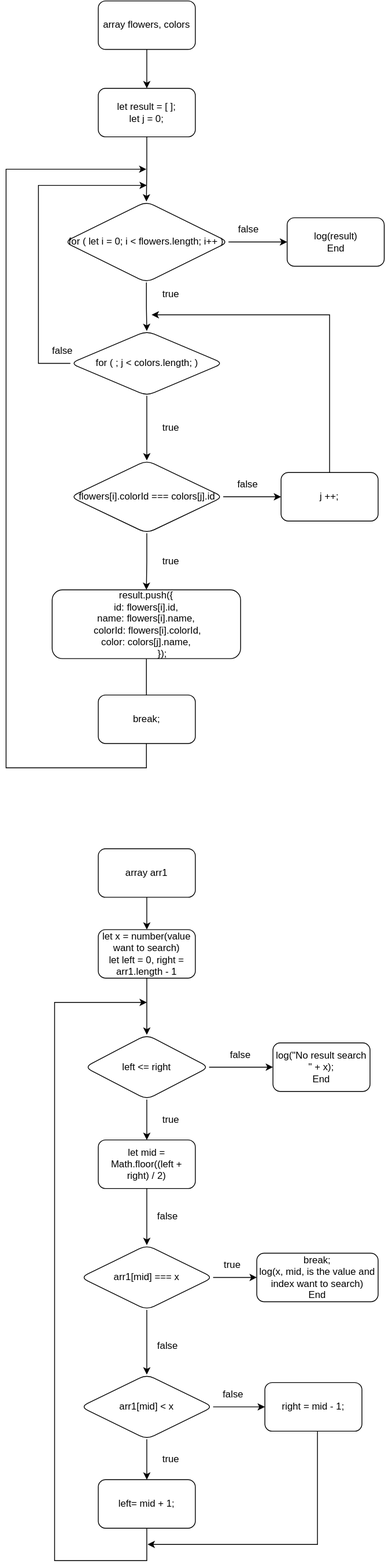
Earlier version of the draw.io export BTVN-15/btvn-15.svg (Quang-Trung-68/BTVN-F8K14). Source tidied: cells renumbered, new cells last; positions are measured from the earlier drawing's top-left corner, leaving out a move shared by most shapes.
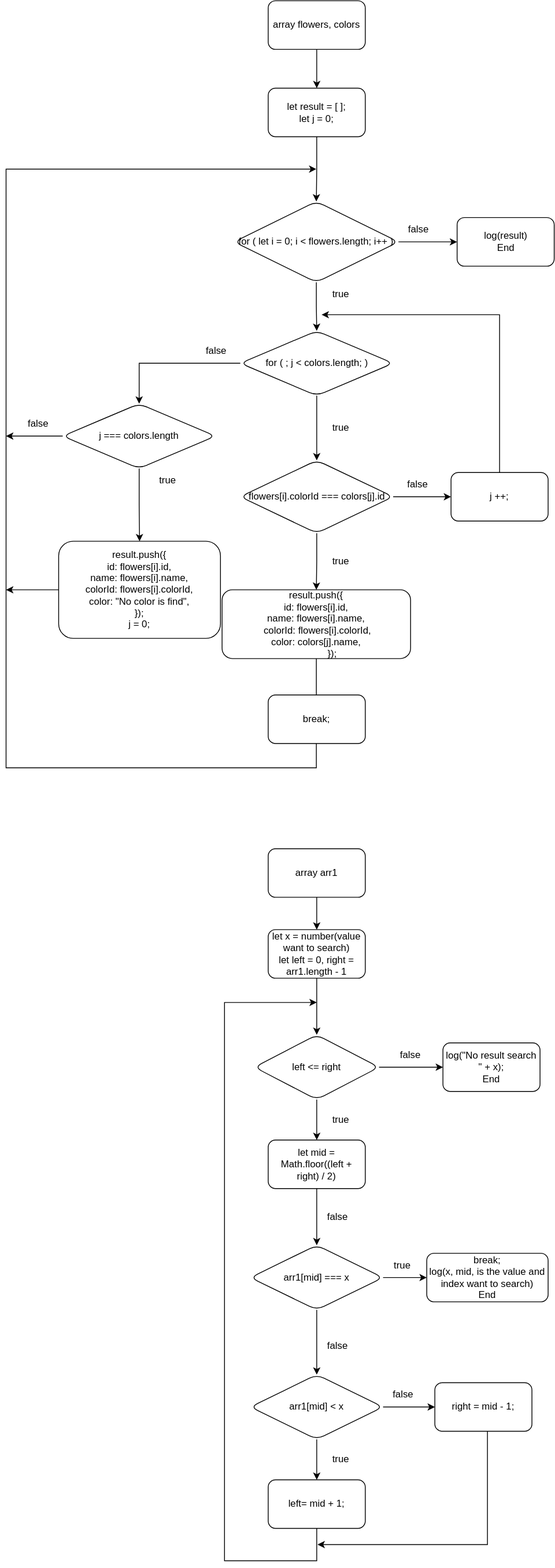
After the commit.

Change to the diagram source:
```diff
@@ -26,15 +26,9 @@
     <mxCell id="9" style="edgeStyle=orthogonalEdgeStyle;rounded=0;jettySize=auto;html=1;" parent="1" edge="1" source="11" target="15">
       <mxGeometry relative="1" as="geometry" />
     </mxCell>
-    <mxCell id="10" style="edgeStyle=orthogonalEdgeStyle;rounded=0;jettySize=auto;html=1;exitX=0;exitY=0.5;exitDx=0;exitDy=0;" parent="1" edge="1" source="11">
-      <mxGeometry relative="1" as="geometry">
-        <mxPoint x="174" y="228" as="targetPoint" />
-        <Array as="points">
-          <mxPoint x="40" y="448" />
-          <mxPoint x="40" y="228" />
-        </Array>
-      </mxGeometry>
-    </mxCell>
+    <mxCell id="55" style="edgeStyle=orthogonalEdgeStyle;rounded=0;jettySize=auto;html=1;" parent="1" edge="1" source="11" target="58">
+      <mxGeometry relative="1" as="geometry" />
+    </mxCell>
     <mxCell id="11" value="for ( ; j &amp;lt; colors.length; )" style="rhombus;whiteSpace=wrap;html=1;rounded=1;" parent="1" vertex="1">
       <mxGeometry x="79.5" y="408" width="189" height="80" as="geometry" />
     </mxCell>
@@ -63,8 +57,8 @@
         <mxPoint x="173.5" y="208" as="targetPoint" />
         <Array as="points">
           <mxPoint x="174" y="948" />
-          <mxPoint y="948" />
-          <mxPoint y="208" />
+          <mxPoint x="-210" y="948" />
+          <mxPoint x="-210" y="208" />
         </Array>
       </mxGeometry>
     </mxCell>
@@ -90,7 +84,7 @@
       <mxGeometry x="268.5" y="583" width="60" height="30" as="geometry" />
     </mxCell>
     <mxCell id="23" value="false" style="text;html=1;align=center;verticalAlign=middle;whiteSpace=wrap;rounded=0;" parent="1" vertex="1">
-      <mxGeometry x="40" y="418" width="60" height="30" as="geometry" />
+      <mxGeometry x="20" y="418" width="60" height="30" as="geometry" />
     </mxCell>
     <mxCell id="24" value="log(result)&lt;br&gt;End" style="whiteSpace=wrap;html=1;rounded=1;" parent="1" vertex="1">
       <mxGeometry x="347.5" y="268" width="120" height="60" as="geometry" />
@@ -198,5 +192,30 @@
     <mxCell id="54" value="false" style="text;html=1;align=center;verticalAlign=middle;whiteSpace=wrap;rounded=0;" parent="1" vertex="1">
       <mxGeometry x="170" y="1648" width="60" height="30" as="geometry" />
     </mxCell>
+    <mxCell id="56" style="edgeStyle=orthogonalEdgeStyle;rounded=0;jettySize=auto;html=1;" parent="1" edge="1" source="58" target="60">
+      <mxGeometry relative="1" as="geometry" />
+    </mxCell>
+    <mxCell id="57" style="edgeStyle=orthogonalEdgeStyle;rounded=0;jettySize=auto;html=1;" parent="1" edge="1" source="58">
+      <mxGeometry relative="1" as="geometry">
+        <mxPoint x="-210" y="538" as="targetPoint" />
+      </mxGeometry>
+    </mxCell>
+    <mxCell id="58" value="j === colors.length" style="rhombus;whiteSpace=wrap;html=1;rounded=1;" parent="1" vertex="1">
+      <mxGeometry x="-140" y="498" width="189" height="80" as="geometry" />
+    </mxCell>
+    <mxCell id="59" style="edgeStyle=orthogonalEdgeStyle;rounded=0;jettySize=auto;html=1;" parent="1" edge="1" source="60">
+      <mxGeometry relative="1" as="geometry">
+        <mxPoint x="-210" y="728" as="targetPoint" />
+      </mxGeometry>
+    </mxCell>
+    <mxCell id="60" value="&lt;div&gt;result.push({&lt;/div&gt;&lt;div&gt;id: flowers[i].id,&lt;/div&gt;&lt;div&gt;name: flowers[i].name,&lt;/div&gt;&lt;div&gt;colorId: flowers[i].colorId,&lt;/div&gt;&lt;div&gt;color: &quot;No color is find&quot;,&lt;/div&gt;&lt;div&gt;});&lt;/div&gt;&lt;div&gt;j = 0;&lt;/div&gt;" style="whiteSpace=wrap;html=1;rounded=1;" parent="1" vertex="1">
+      <mxGeometry x="-145" y="668" width="200" height="120" as="geometry" />
+    </mxCell>
+    <mxCell id="61" value="true" style="text;html=1;align=center;verticalAlign=middle;whiteSpace=wrap;rounded=0;" parent="1" vertex="1">
+      <mxGeometry x="-40" y="578" width="60" height="30" as="geometry" />
+    </mxCell>
+    <mxCell id="62" value="false" style="text;html=1;align=center;verticalAlign=middle;whiteSpace=wrap;rounded=0;" parent="1" vertex="1">
+      <mxGeometry x="-200" y="508" width="60" height="30" as="geometry" />
+    </mxCell>
   </root>
 </mxGraphModel>
```
